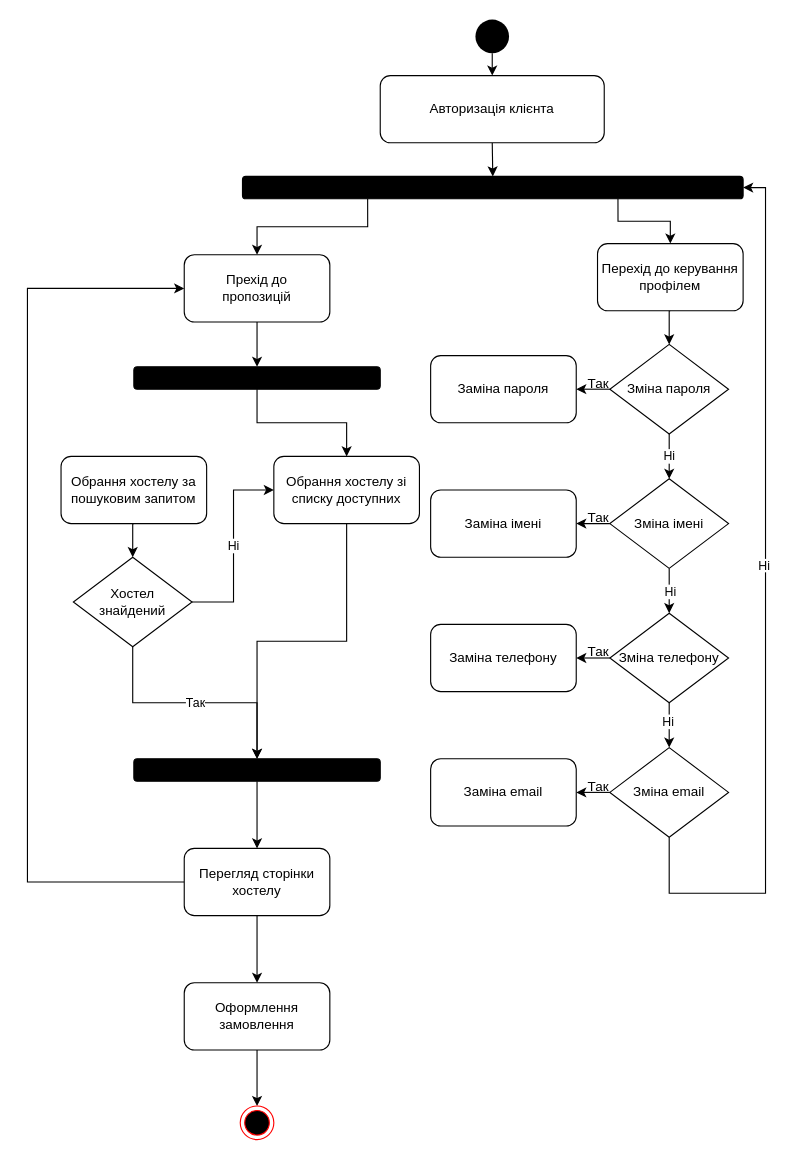
ilkuzmenko/uml-diagrams keeps this draw.io diagram as activity.drawio. Above is the earlier version. Source tidied: cells renumbered, new cells numbered last; positions are measured from the earlier drawing's top-left corner, leaving out a move shared by most shapes. Both pictures are drawn from the tidied source at 112%, with x=0, y=0 at pixel (27, 19).
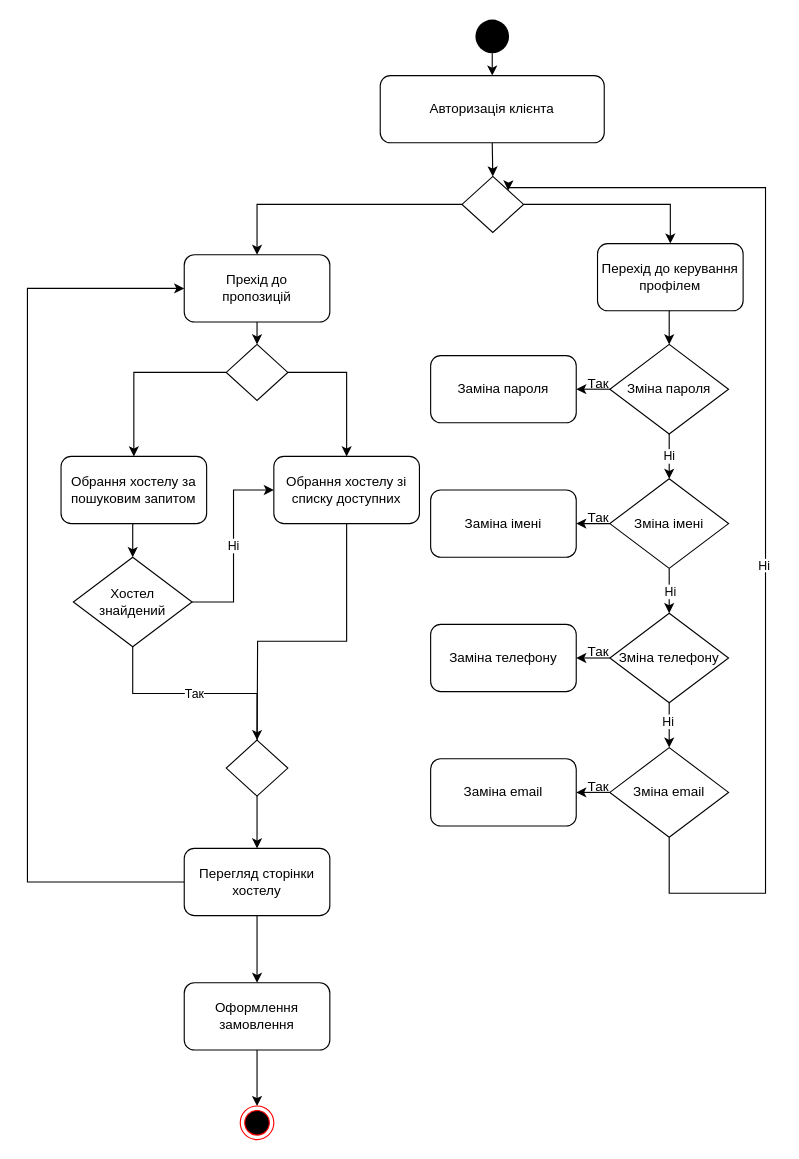
The same diagram, later.

Unchanged cells that the change refers to:
```xml
<mxCell id="5" value="Авторизація клієнта" style="rounded=1;whiteSpace=wrap;html=1;" parent="1" vertex="1">
  <mxGeometry x="315" y="50" width="200" height="60" as="geometry" />
</mxCell>
<mxCell id="10" value="Перехід до керування профілем" style="rounded=1;whiteSpace=wrap;html=1;fillColor=#FFFFFF;" parent="1" vertex="1">
  <mxGeometry x="509" y="200" width="130" height="60" as="geometry" />
</mxCell>
<mxCell id="12" value="Прехід до&lt;br&gt;пропозицій" style="rounded=1;whiteSpace=wrap;html=1;fillColor=#FFFFFF;" parent="1" vertex="1">
  <mxGeometry x="140" y="210" width="130" height="60" as="geometry" />
</mxCell>
<mxCell id="25" value="Зміна email" style="rhombus;whiteSpace=wrap;html=1;fillColor=#FFFFFF;" parent="1" vertex="1">
  <mxGeometry x="520" y="650" width="106" height="80" as="geometry" />
</mxCell>
<mxCell id="40" value="Обрання хостелу зі списку доступних" style="rounded=1;whiteSpace=wrap;html=1;fillColor=#FFFFFF;" parent="1" vertex="1">
  <mxGeometry x="220" y="390" width="130" height="60" as="geometry" />
</mxCell>
<mxCell id="45" value="Перегляд сторінки хостелу" style="rounded=1;whiteSpace=wrap;html=1;fillColor=#FFFFFF;" parent="1" vertex="1">
  <mxGeometry x="140" y="740" width="130" height="60" as="geometry" />
</mxCell>
<mxCell id="49" value="Обрання хостелу за пошуковим запитом" style="rounded=1;whiteSpace=wrap;html=1;fillColor=#FFFFFF;" parent="1" vertex="1">
  <mxGeometry x="30" y="390" width="130" height="60" as="geometry" />
</mxCell>
<mxCell id="52" value="Хостел&lt;br&gt;знайдений" style="rhombus;whiteSpace=wrap;html=1;fillColor=#FFFFFF;" parent="1" vertex="1">
  <mxGeometry x="41" y="480" width="106" height="80" as="geometry" />
</mxCell>
```

Diff of the diagram source:
```diff
@@
-    <mxCell id="4" style="edgeStyle=orthogonalEdgeStyle;rounded=0;jettySize=auto;html=1;exitX=0.5;exitY=1;exitDx=0;exitDy=0;entryX=0.5;entryY=0;entryDx=0;entryDy=0;" parent="1" edge="1" source="5" target="8">
-      <mxGeometry relative="1" as="geometry" />
+    <mxCell id="4" style="edgeStyle=orthogonalEdgeStyle;rounded=0;jettySize=auto;html=1;exitX=0.5;exitY=1;exitDx=0;exitDy=0;entryX=0.5;entryY=0;entryDx=0;entryDy=0;" parent="1" edge="1" source="5">
+      <mxGeometry relative="1" as="geometry">
+        <mxPoint x="415.5" y="140" as="targetPoint" />
+      </mxGeometry>
     </mxCell>
@@
-    <mxCell id="6" style="edgeStyle=orthogonalEdgeStyle;rounded=0;jettySize=auto;html=1;exitX=0.25;exitY=1;exitDx=0;exitDy=0;entryX=0.5;entryY=0;entryDx=0;entryDy=0;" parent="1" edge="1" source="8" target="12">
+    <mxCell id="6" style="edgeStyle=orthogonalEdgeStyle;rounded=0;jettySize=auto;html=1;exitX=0;exitY=0.5;exitDx=0;exitDy=0;entryX=0.5;entryY=0;entryDx=0;entryDy=0;" parent="1" edge="1" source="54" target="12">
       <mxGeometry relative="1" as="geometry" />
     </mxCell>
-    <mxCell id="7" style="edgeStyle=orthogonalEdgeStyle;rounded=0;jettySize=auto;html=1;exitX=0.75;exitY=1;exitDx=0;exitDy=0;" parent="1" edge="1" source="8" target="10">
+    <mxCell id="7" style="edgeStyle=orthogonalEdgeStyle;rounded=0;jettySize=auto;html=1;exitX=1;exitY=0.5;exitDx=0;exitDy=0;" parent="1" edge="1" source="54" target="10">
       <mxGeometry relative="1" as="geometry" />
     </mxCell>
-    <mxCell id="8" style="rounded=1;whiteSpace=wrap;html=1;fillColor=#000000;" parent="1" vertex="1">
-      <mxGeometry x="192" y="140" width="447" height="20" as="geometry" />
-    </mxCell>
@@
-    <mxCell id="11" style="edgeStyle=orthogonalEdgeStyle;rounded=0;jettySize=auto;html=1;exitX=0.5;exitY=1;exitDx=0;exitDy=0;entryX=0.5;entryY=0;entryDx=0;entryDy=0;" parent="1" edge="1" source="12" target="38">
+    <mxCell id="11" style="edgeStyle=orthogonalEdgeStyle;rounded=0;jettySize=auto;html=1;exitX=0.5;exitY=1;exitDx=0;exitDy=0;entryX=0.5;entryY=0;entryDx=0;entryDy=0;" parent="1" edge="1" source="12" target="56">
       <mxGeometry relative="1" as="geometry" />
     </mxCell>
@@
-    <mxCell id="24" style="edgeStyle=orthogonalEdgeStyle;rounded=0;jettySize=auto;html=1;exitX=0.5;exitY=1;exitDx=0;exitDy=0;entryX=1;entryY=0.5;entryDx=0;entryDy=0;" parent="1" edge="1" source="25" target="8">
+    <mxCell id="24" style="edgeStyle=orthogonalEdgeStyle;rounded=0;jettySize=auto;html=1;exitX=0.5;exitY=1;exitDx=0;exitDy=0;entryX=1;entryY=0;entryDx=0;entryDy=0;" parent="1" edge="1" source="25" target="54">
       <mxGeometry relative="1" as="geometry">
         <Array as="points">
           <mxPoint x="573" y="780" />
           <mxPoint x="659" y="780" />
           <mxPoint x="659" y="150" />
+          <mxPoint x="429" y="150" />
         </Array>
       </mxGeometry>
     </mxCell>
@@
-    <mxCell id="37" style="edgeStyle=orthogonalEdgeStyle;rounded=0;jettySize=auto;html=1;exitX=0.5;exitY=1;exitDx=0;exitDy=0;" parent="1" edge="1" source="38" target="40">
+    <mxCell id="37" style="edgeStyle=orthogonalEdgeStyle;rounded=0;jettySize=auto;html=1;exitX=1;exitY=0.5;exitDx=0;exitDy=0;" parent="1" edge="1" source="56" target="40">
       <mxGeometry relative="1" as="geometry" />
     </mxCell>
-    <mxCell id="38" style="rounded=1;whiteSpace=wrap;html=1;fillColor=#000000;" parent="1" vertex="1">
-      <mxGeometry x="95" y="310" width="220" height="20" as="geometry" />
-    </mxCell>
-    <mxCell id="39" style="edgeStyle=orthogonalEdgeStyle;rounded=0;jettySize=auto;html=1;exitX=0.5;exitY=1;exitDx=0;exitDy=0;entryX=0.5;entryY=0;entryDx=0;entryDy=0;" parent="1" edge="1" source="40" target="42">
-      <mxGeometry relative="1" as="geometry" />
+    <mxCell id="39" style="edgeStyle=orthogonalEdgeStyle;rounded=0;jettySize=auto;html=1;exitX=0.5;exitY=1;exitDx=0;exitDy=0;entryX=0.5;entryY=0;entryDx=0;entryDy=0;" parent="1" edge="1" source="40">
+      <mxGeometry relative="1" as="geometry">
+        <mxPoint x="205" y="660" as="targetPoint" />
+      </mxGeometry>
     </mxCell>
@@
-    <mxCell id="41" style="edgeStyle=orthogonalEdgeStyle;rounded=0;jettySize=auto;html=1;exitX=0.5;exitY=1;exitDx=0;exitDy=0;entryX=0.5;entryY=0;entryDx=0;entryDy=0;" parent="1" edge="1" source="42" target="45">
-      <mxGeometry relative="1" as="geometry" />
-    </mxCell>
-    <mxCell id="42" style="rounded=1;whiteSpace=wrap;html=1;fillColor=#000000;" parent="1" vertex="1">
-      <mxGeometry x="95" y="660" width="220" height="20" as="geometry" />
-    </mxCell>
@@
-    <mxCell id="50" value="Так" style="edgeStyle=orthogonalEdgeStyle;rounded=0;jettySize=auto;html=1;exitX=0.5;exitY=1;exitDx=0;exitDy=0;entryX=0.5;entryY=0;entryDx=0;entryDy=0;" parent="1" edge="1" source="52" target="42">
+    <mxCell id="50" value="Так" style="edgeStyle=orthogonalEdgeStyle;rounded=0;jettySize=auto;html=1;exitX=0.5;exitY=1;exitDx=0;exitDy=0;entryX=0.5;entryY=0;entryDx=0;entryDy=0;" parent="1" edge="1" source="52" target="58">
       <mxGeometry relative="1" as="geometry" />
     </mxCell>
@@
+    <mxCell id="54" style="rhombus;whiteSpace=wrap;html=1;" parent="1" vertex="1">
+      <mxGeometry x="388" y="140" width="55" height="50" as="geometry" />
+    </mxCell>
+    <mxCell id="55" style="edgeStyle=orthogonalEdgeStyle;rounded=0;jettySize=auto;html=1;exitX=0;exitY=0.5;exitDx=0;exitDy=0;entryX=0.5;entryY=0;entryDx=0;entryDy=0;" parent="1" edge="1" source="56" target="49">
+      <mxGeometry relative="1" as="geometry" />
+    </mxCell>
+    <mxCell id="56" style="rhombus;whiteSpace=wrap;html=1;" parent="1" vertex="1">
+      <mxGeometry x="177.5" y="290" width="55" height="50" as="geometry" />
+    </mxCell>
+    <mxCell id="57" style="edgeStyle=orthogonalEdgeStyle;rounded=0;jettySize=auto;html=1;exitX=0.5;exitY=1;exitDx=0;exitDy=0;" parent="1" edge="1" source="58" target="45">
+      <mxGeometry relative="1" as="geometry" />
+    </mxCell>
+    <mxCell id="58" style="rhombus;whiteSpace=wrap;html=1;" parent="1" vertex="1">
+      <mxGeometry x="177.5" y="643.3" width="55" height="50" as="geometry" />
+    </mxCell>
```
